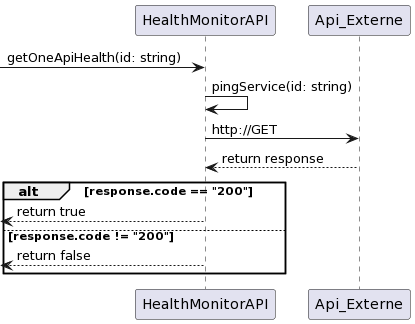
The PlantUML diagram doc/rdcu-getOneApiHealth/rdcu-getOneApiHealth.png in hichambel/LOG430-Equipe01-STM, before a commit.
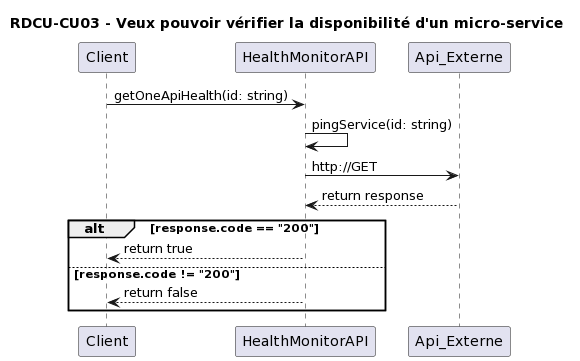
Later version of the same file.

Commit message:
Modification au RDCU-CU03 (client et titre)

Change to the diagram source:
```diff
@@ -1,13 +1,16 @@
 @startuml
+title RDCU-CU03 - Veux pouvoir vérifier la disponibilité d'un micro-service
+
+participant Client as c
 participant HealthMonitorAPI as hm
 participant Api_Externe as ae
--> hm : getOneApiHealth(id: string)
+c -> hm : getOneApiHealth(id: string)
 hm -> hm : pingService(id: string)
 hm -> ae : http://GET
 hm <-- ae : return response
 alt response.code == "200"
-    <-- hm : return true
+    c <-- hm : return true
 else response.code != "200"
-    <-- hm : return false
+    c <-- hm : return false
 end
 @enduml
```
